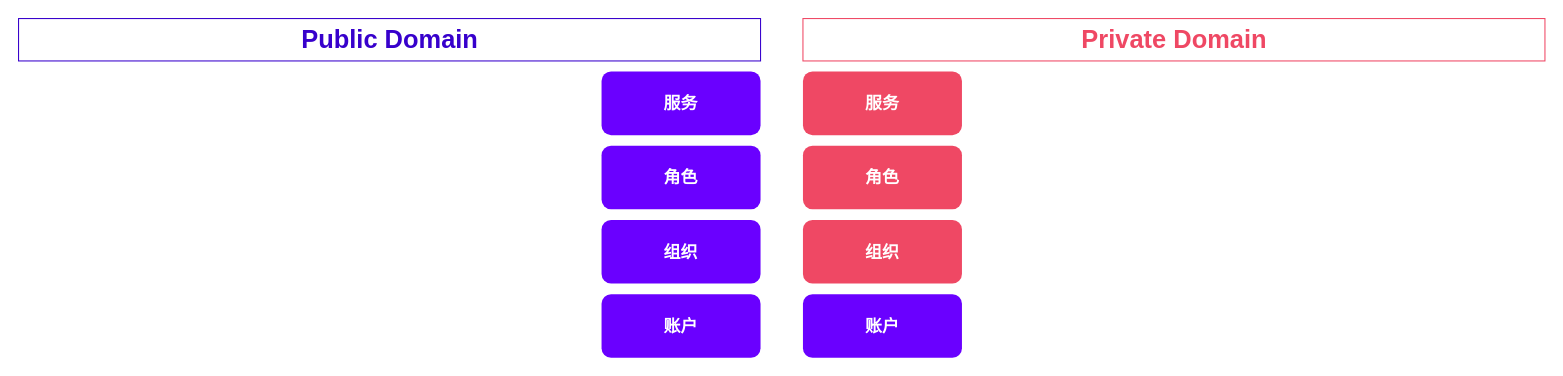
Above: 统一用户中心.drawio in joestarhu/drowio (draw.io), before the change. Source tidied: cells renumbered, new cells numbered last; positions are measured from the earlier drawing's top-left corner, leaving out a move shared by most shapes. Both pictures are drawn from the tidied source at 106%, with x=0, y=0 at pixel (18, 18).
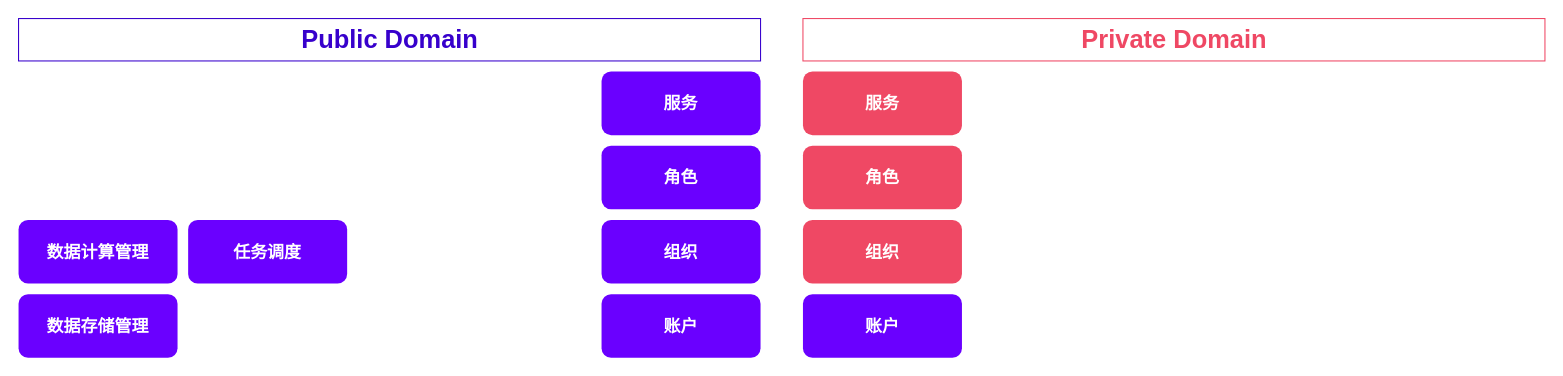
The same diagram, later.

Commit message (it also covers changes not shown here):
更新统一用户中心.drawio

The edit, as a diff of the source:
```diff
@@
 <mxGraphModel>
   <root>
     <mxCell id="0" />
     <mxCell id="1" parent="0" />
     <mxCell id="2" value="Public Domain" style="text;strokeColor=#3700CC;fillColor=none;html=1;fontSize=24;fontStyle=1;verticalAlign=middle;align=center;fontColor=#3700CC;" parent="1" vertex="1">
       <mxGeometry width="700" height="40" as="geometry" />
     </mxCell>
     <mxCell id="3" value="Private Domain" style="text;strokeColor=#ef4864;fillColor=none;html=1;fontSize=24;fontStyle=1;verticalAlign=middle;align=center;fontColor=#ef4864;" parent="1" vertex="1">
       <mxGeometry x="740" width="700" height="40" as="geometry" />
     </mxCell>
     <mxCell id="4" value="组织" style="rounded=1;whiteSpace=wrap;html=1;fillColor=#6a00ff;fontColor=#ffffff;strokeColor=none;fontSize=16;fontStyle=1;" parent="1" vertex="1">
       <mxGeometry x="550" y="190" width="150" height="60" as="geometry" />
     </mxCell>
     <mxCell id="5" value="角色" style="rounded=1;whiteSpace=wrap;html=1;fillColor=#6a00ff;fontColor=#ffffff;strokeColor=none;fontSize=16;fontStyle=1;" parent="1" vertex="1">
       <mxGeometry x="550" y="120" width="150" height="60" as="geometry" />
     </mxCell>
     <mxCell id="6" value="服务" style="rounded=1;whiteSpace=wrap;html=1;fillColor=#6a00ff;fontColor=#ffffff;strokeColor=none;fontSize=16;fontStyle=1;" parent="1" vertex="1">
       <mxGeometry x="550" y="50" width="150" height="60" as="geometry" />
     </mxCell>
     <mxCell id="7" value="账户" style="rounded=1;whiteSpace=wrap;html=1;fillColor=#6a00ff;fontColor=#ffffff;strokeColor=none;fontSize=16;fontStyle=1;" parent="1" vertex="1">
       <mxGeometry x="550" y="260" width="150" height="60" as="geometry" />
     </mxCell>
     <mxCell id="8" value="组织" style="rounded=1;whiteSpace=wrap;html=1;fillColor=#EF4864;fontColor=#ffffff;strokeColor=none;fontSize=16;fontStyle=1;" parent="1" vertex="1">
       <mxGeometry x="740" y="190" width="150" height="60" as="geometry" />
     </mxCell>
     <mxCell id="9" value="账户" style="rounded=1;whiteSpace=wrap;html=1;fillColor=#6a00ff;fontColor=#ffffff;strokeColor=none;fontSize=16;fontStyle=1;" parent="1" vertex="1">
       <mxGeometry x="740" y="260" width="150" height="60" as="geometry" />
     </mxCell>
     <mxCell id="10" value="角色" style="rounded=1;whiteSpace=wrap;html=1;fillColor=#EF4864;fontColor=#ffffff;strokeColor=none;fontSize=16;fontStyle=1;" parent="1" vertex="1">
       <mxGeometry x="740" y="120" width="150" height="60" as="geometry" />
     </mxCell>
     <mxCell id="11" value="服务" style="rounded=1;whiteSpace=wrap;html=1;fillColor=#EF4864;fontColor=#ffffff;strokeColor=none;fontSize=16;fontStyle=1;" parent="1" vertex="1">
       <mxGeometry x="740" y="50" width="150" height="60" as="geometry" />
     </mxCell>
+    <mxCell id="12" value="数据存储管理" style="rounded=1;whiteSpace=wrap;html=1;fillColor=#6a00ff;fontColor=#ffffff;strokeColor=none;fontSize=16;fontStyle=1;" parent="1" vertex="1">
+      <mxGeometry y="260" width="150" height="60" as="geometry" />
+    </mxCell>
+    <mxCell id="13" value="数据计算管理" style="rounded=1;whiteSpace=wrap;html=1;fillColor=#6a00ff;fontColor=#ffffff;strokeColor=none;fontSize=16;fontStyle=1;" parent="1" vertex="1">
+      <mxGeometry y="190" width="150" height="60" as="geometry" />
+    </mxCell>
+    <mxCell id="14" value="任务调度" style="rounded=1;whiteSpace=wrap;html=1;fillColor=#6a00ff;fontColor=#ffffff;strokeColor=none;fontSize=16;fontStyle=1;" parent="1" vertex="1">
+      <mxGeometry x="160" y="190" width="150" height="60" as="geometry" />
+    </mxCell>
   </root>
 </mxGraphModel>
```
